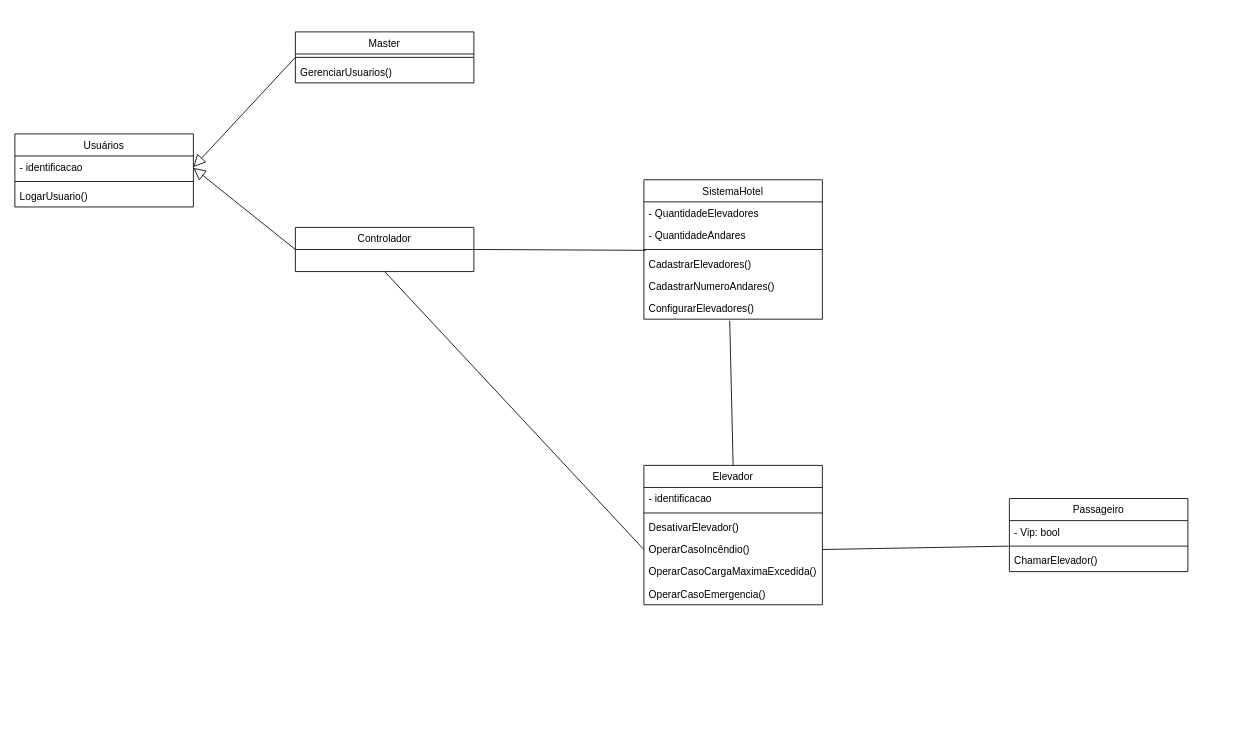
This is Diagrama de Classes.drawio from LucasAlmeida04/Projeto-Sistema-Elevadores, a draw.io file, before an edit. Source tidied: cells renumbered, new cells numbered last; positions are measured from the earlier drawing's top-left corner, leaving out a move shared by most shapes. Both pictures are drawn from the tidied source at 85%, with x=0, y=0 at pixel (14, 31).
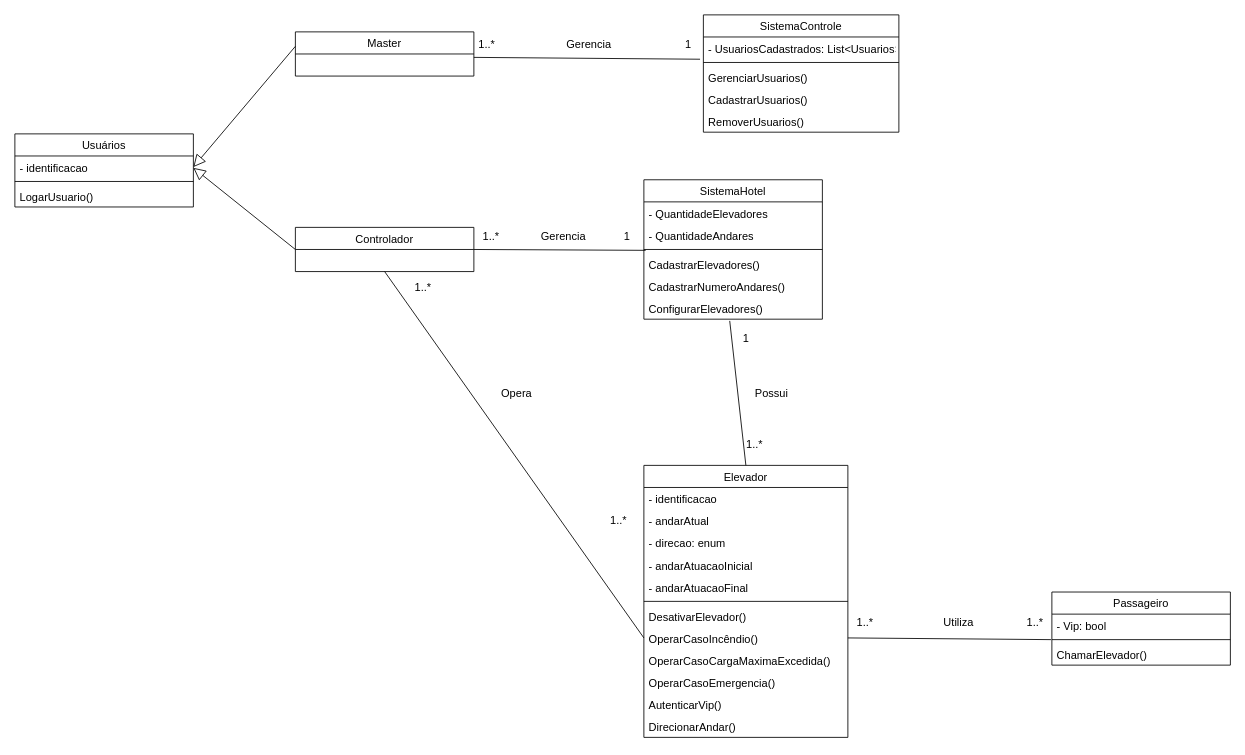
After the change.

Diff of the diagram source:
```diff
@@
-    <mxCell id="2" value="Usuários" style="swimlane;fontStyle=0;horizontal=1;startSize=26;fillColor=none;" parent="1" vertex="1">
+    <mxCell id="2" value="Usuários" style="swimlane;fontStyle=0;horizontal=1;startSize=26;fillColor=none;fontSize=13;" parent="1" vertex="1">
       <mxGeometry y="120" width="210" height="86" as="geometry" />
     </mxCell>
-    <mxCell id="3" value="- identificacao" style="text;strokeColor=none;fillColor=none;align=left;verticalAlign=top;spacingLeft=4;spacingRight=4;overflow=hidden;points=[[0,0.5],[1,0.5]];portConstraint=eastwest;" parent="2" vertex="1">
+    <mxCell id="3" value="- identificacao" style="text;strokeColor=none;fillColor=none;align=left;verticalAlign=top;spacingLeft=4;spacingRight=4;overflow=hidden;points=[[0,0.5],[1,0.5]];portConstraint=eastwest;fontSize=13;" parent="2" vertex="1">
       <mxGeometry y="26" width="210" height="26" as="geometry" />
     </mxCell>
-    <mxCell id="4" style="line;strokeWidth=1;fillColor=none;align=left;verticalAlign=middle;spacingTop=-1;spacingLeft=3;spacingRight=3;labelPosition=right;strokeColor=inherit;" parent="2" vertex="1">
+    <mxCell id="4" style="line;strokeWidth=1;fillColor=none;align=left;verticalAlign=middle;spacingTop=-1;spacingLeft=3;spacingRight=3;labelPosition=right;strokeColor=inherit;fontSize=13;" parent="2" vertex="1">
       <mxGeometry y="52" width="210" height="8" as="geometry" />
     </mxCell>
-    <mxCell id="5" value="LogarUsuario()" style="text;strokeColor=none;fillColor=none;align=left;verticalAlign=top;spacingLeft=4;spacingRight=4;overflow=hidden;" parent="2" vertex="1">
+    <mxCell id="5" value="LogarUsuario()" style="text;strokeColor=none;fillColor=none;align=left;verticalAlign=top;spacingLeft=4;spacingRight=4;overflow=hidden;fontSize=13;" parent="2" vertex="1">
       <mxGeometry y="60" width="210" height="26" as="geometry" />
     </mxCell>
-    <mxCell id="6" value="Elevador" style="swimlane;fontStyle=0;horizontal=1;startSize=26;fillColor=none;" parent="1" vertex="1">
-      <mxGeometry x="740" y="510" width="210" height="164" as="geometry" />
+    <mxCell id="6" value="Elevador" style="swimlane;fontStyle=0;horizontal=1;startSize=26;fillColor=none;fontSize=13;" parent="1" vertex="1">
+      <mxGeometry x="740" y="510" width="240" height="320" as="geometry" />
     </mxCell>
-    <mxCell id="7" value="- identificacao" style="text;strokeColor=none;fillColor=none;align=left;verticalAlign=top;spacingLeft=4;spacingRight=4;overflow=hidden;" parent="6" vertex="1">
-      <mxGeometry y="26" width="210" height="26" as="geometry" />
+    <mxCell id="7" value="- identificacao" style="text;strokeColor=none;fillColor=none;align=left;verticalAlign=top;spacingLeft=4;spacingRight=4;overflow=hidden;fontSize=13;" parent="6" vertex="1">
+      <mxGeometry y="26" width="240" height="26" as="geometry" />
     </mxCell>
+    <mxCell id="34" value="- andarAtual" style="text;strokeColor=none;fillColor=none;align=left;verticalAlign=top;spacingLeft=4;spacingRight=4;overflow=hidden;fontSize=13;" parent="6" vertex="1">
+      <mxGeometry y="52" width="240" height="26" as="geometry" />
+    </mxCell>
+    <mxCell id="35" value="- direcao: enum" style="text;strokeColor=none;fillColor=none;align=left;verticalAlign=top;spacingLeft=4;spacingRight=4;overflow=hidden;fontSize=13;" parent="6" vertex="1">
+      <mxGeometry y="78" width="240" height="26" as="geometry" />
+    </mxCell>
+    <mxCell id="36" value="- andarAtuacaoInicial" style="text;strokeColor=none;fillColor=none;align=left;verticalAlign=top;spacingLeft=4;spacingRight=4;overflow=hidden;fontSize=13;" parent="6" vertex="1">
+      <mxGeometry y="104" width="240" height="26" as="geometry" />
+    </mxCell>
+    <mxCell id="37" value="- andarAtuacaoFinal" style="text;strokeColor=none;fillColor=none;align=left;verticalAlign=top;spacingLeft=4;spacingRight=4;overflow=hidden;fontSize=13;" parent="6" vertex="1">
+      <mxGeometry y="130" width="240" height="26" as="geometry" />
+    </mxCell>
-    <mxCell id="8" style="line;strokeWidth=1;fillColor=none;align=left;verticalAlign=middle;spacingTop=-1;spacingLeft=3;spacingRight=3;labelPosition=right;strokeColor=inherit;" parent="6" vertex="1">
-      <mxGeometry y="52" width="210" height="8" as="geometry" />
+    <mxCell id="8" style="line;strokeWidth=1;fillColor=none;align=left;verticalAlign=middle;spacingTop=-1;spacingLeft=3;spacingRight=3;labelPosition=right;strokeColor=inherit;fontSize=13;" parent="6" vertex="1">
+      <mxGeometry y="156" width="240" height="8" as="geometry" />
     </mxCell>
-    <mxCell id="9" value="DesativarElevador()&#10;" style="text;strokeColor=none;fillColor=none;align=left;verticalAlign=top;spacingLeft=4;spacingRight=4;overflow=hidden;" parent="6" vertex="1">
-      <mxGeometry y="60" width="210" height="26" as="geometry" />
+    <mxCell id="9" value="DesativarElevador()&#10;" style="text;strokeColor=none;fillColor=none;align=left;verticalAlign=top;spacingLeft=4;spacingRight=4;overflow=hidden;fontSize=13;" parent="6" vertex="1">
+      <mxGeometry y="164" width="240" height="26" as="geometry" />
     </mxCell>
-    <mxCell id="10" value="OperarCasoIncêndio()&#10;" style="text;strokeColor=none;fillColor=none;align=left;verticalAlign=top;spacingLeft=4;spacingRight=4;overflow=hidden;points=[[0,0.5],[1,0.5]];portConstraint=eastwest;" parent="6" vertex="1">
-      <mxGeometry y="86" width="210" height="26" as="geometry" />
+    <mxCell id="10" value="OperarCasoIncêndio()&#10;" style="text;strokeColor=none;fillColor=none;align=left;verticalAlign=top;spacingLeft=4;spacingRight=4;overflow=hidden;points=[[0,0.5],[1,0.5]];portConstraint=eastwest;fontSize=13;" parent="6" vertex="1">
+      <mxGeometry y="190" width="240" height="26" as="geometry" />
     </mxCell>
-    <mxCell id="11" value="OperarCasoCargaMaximaExcedida()&#10;" style="text;strokeColor=none;fillColor=none;align=left;verticalAlign=top;spacingLeft=4;spacingRight=4;overflow=hidden;" parent="6" vertex="1">
-      <mxGeometry y="112" width="210" height="26" as="geometry" />
+    <mxCell id="11" value="OperarCasoCargaMaximaExcedida()&#10;" style="text;strokeColor=none;fillColor=none;align=left;verticalAlign=top;spacingLeft=4;spacingRight=4;overflow=hidden;fontSize=13;" parent="6" vertex="1">
+      <mxGeometry y="216" width="240" height="26" as="geometry" />
     </mxCell>
-    <mxCell id="12" value="OperarCasoEmergencia()&#10;" style="text;strokeColor=none;fillColor=none;align=left;verticalAlign=top;spacingLeft=4;spacingRight=4;overflow=hidden;" parent="6" vertex="1">
-      <mxGeometry y="138" width="210" height="26" as="geometry" />
+    <mxCell id="12" value="OperarCasoEmergencia()&#10;" style="text;strokeColor=none;fillColor=none;align=left;verticalAlign=top;spacingLeft=4;spacingRight=4;overflow=hidden;fontSize=13;" parent="6" vertex="1">
+      <mxGeometry y="242" width="240" height="26" as="geometry" />
     </mxCell>
+    <mxCell id="38" value="AutenticarVip()&#10;" style="text;strokeColor=none;fillColor=none;align=left;verticalAlign=top;spacingLeft=4;spacingRight=4;overflow=hidden;fontSize=13;" parent="6" vertex="1">
+      <mxGeometry y="268" width="240" height="26" as="geometry" />
+    </mxCell>
+    <mxCell id="39" value="DirecionarAndar()&#10;" style="text;strokeColor=none;fillColor=none;align=left;verticalAlign=top;spacingLeft=4;spacingRight=4;overflow=hidden;fontSize=13;" parent="6" vertex="1">
+      <mxGeometry y="294" width="240" height="26" as="geometry" />
+    </mxCell>
-    <mxCell id="13" value="SistemaHotel" style="swimlane;fontStyle=0;horizontal=1;startSize=26;fillColor=none;" parent="1" vertex="1">
+    <mxCell id="13" value="SistemaHotel" style="swimlane;fontStyle=0;horizontal=1;startSize=26;fillColor=none;fontSize=13;" parent="1" vertex="1">
       <mxGeometry x="740" y="174" width="210" height="164" as="geometry" />
     </mxCell>
-    <mxCell id="14" value="- QuantidadeElevadores" style="text;strokeColor=none;fillColor=none;align=left;verticalAlign=top;spacingLeft=4;spacingRight=4;overflow=hidden;" parent="13" vertex="1">
+    <mxCell id="14" value="- QuantidadeElevadores" style="text;strokeColor=none;fillColor=none;align=left;verticalAlign=top;spacingLeft=4;spacingRight=4;overflow=hidden;fontSize=13;" parent="13" vertex="1">
       <mxGeometry y="26" width="210" height="26" as="geometry" />
     </mxCell>
-    <mxCell id="15" value="- QuantidadeAndares" style="text;strokeColor=none;fillColor=none;align=left;verticalAlign=top;spacingLeft=4;spacingRight=4;overflow=hidden;" parent="13" vertex="1">
+    <mxCell id="15" value="- QuantidadeAndares" style="text;strokeColor=none;fillColor=none;align=left;verticalAlign=top;spacingLeft=4;spacingRight=4;overflow=hidden;fontSize=13;" parent="13" vertex="1">
       <mxGeometry y="52" width="210" height="26" as="geometry" />
     </mxCell>
-    <mxCell id="16" style="line;strokeWidth=1;fillColor=none;align=left;verticalAlign=middle;spacingTop=-1;spacingLeft=3;spacingRight=3;labelPosition=right;strokeColor=inherit;" parent="13" vertex="1">
+    <mxCell id="16" style="line;strokeWidth=1;fillColor=none;align=left;verticalAlign=middle;spacingTop=-1;spacingLeft=3;spacingRight=3;labelPosition=right;strokeColor=inherit;fontSize=13;" parent="13" vertex="1">
       <mxGeometry y="78" width="210" height="8" as="geometry" />
     </mxCell>
-    <mxCell id="17" value="CadastrarElevadores()" style="text;strokeColor=none;fillColor=none;align=left;verticalAlign=top;spacingLeft=4;spacingRight=4;overflow=hidden;points=[[0,0.5],[1,0.5]];portConstraint=eastwest;" parent="13" vertex="1">
+    <mxCell id="17" value="CadastrarElevadores()" style="text;strokeColor=none;fillColor=none;align=left;verticalAlign=top;spacingLeft=4;spacingRight=4;overflow=hidden;points=[[0,0.5],[1,0.5]];portConstraint=eastwest;fontSize=13;" parent="13" vertex="1">
       <mxGeometry y="86" width="210" height="26" as="geometry" />
     </mxCell>
-    <mxCell id="18" value="CadastrarNumeroAndares()" style="text;strokeColor=none;fillColor=none;align=left;verticalAlign=top;spacingLeft=4;spacingRight=4;overflow=hidden;" parent="13" vertex="1">
+    <mxCell id="18" value="CadastrarNumeroAndares()" style="text;strokeColor=none;fillColor=none;align=left;verticalAlign=top;spacingLeft=4;spacingRight=4;overflow=hidden;fontSize=13;" parent="13" vertex="1">
       <mxGeometry y="112" width="210" height="26" as="geometry" />
     </mxCell>
-    <mxCell id="19" value="ConfigurarElevadores()" style="text;strokeColor=none;fillColor=none;align=left;verticalAlign=top;spacingLeft=4;spacingRight=4;overflow=hidden;points=[[0,0.5],[1,0.5]];portConstraint=eastwest;" parent="13" vertex="1">
+    <mxCell id="19" value="ConfigurarElevadores()" style="text;strokeColor=none;fillColor=none;align=left;verticalAlign=top;spacingLeft=4;spacingRight=4;overflow=hidden;points=[[0,0.5],[1,0.5]];portConstraint=eastwest;fontSize=13;" parent="13" vertex="1">
       <mxGeometry y="138" width="210" height="26" as="geometry" />
     </mxCell>
-    <mxCell id="20" value="Controlador" style="swimlane;fontStyle=0;horizontal=1;startSize=26;fillColor=none;" parent="1" vertex="1">
+    <mxCell id="20" value="Controlador" style="swimlane;fontStyle=0;horizontal=1;startSize=26;fillColor=none;fontSize=13;" parent="1" vertex="1">
       <mxGeometry x="330" y="230" width="210" height="52" as="geometry" />
     </mxCell>
-    <mxCell id="21" value="Master" style="swimlane;fontStyle=0;horizontal=1;startSize=26;fillColor=none;" parent="1" vertex="1">
-      <mxGeometry x="330" width="210" height="60" as="geometry" />
-    </mxCell>
-    <mxCell id="22" style="line;strokeWidth=1;fillColor=none;align=left;verticalAlign=middle;spacingTop=-1;spacingLeft=3;spacingRight=3;labelPosition=right;strokeColor=inherit;" parent="21" vertex="1">
-      <mxGeometry y="26" width="210" height="8" as="geometry" />
-    </mxCell>
-    <mxCell id="23" value="GerenciarUsuarios()" style="text;strokeColor=none;fillColor=none;align=left;verticalAlign=top;spacingLeft=4;spacingRight=4;overflow=hidden;" parent="21" vertex="1">
-      <mxGeometry y="34" width="210" height="26" as="geometry" />
-    </mxCell>
-    <mxCell id="24" value="Passageiro" style="swimlane;fontStyle=0;horizontal=1;startSize=26;fillColor=none;" parent="1" vertex="1">
-      <mxGeometry x="1170" y="549" width="210" height="86" as="geometry" />
+    <mxCell id="24" value="Passageiro" style="swimlane;fontStyle=0;horizontal=1;startSize=26;fillColor=none;fontSize=13;" parent="1" vertex="1">
+      <mxGeometry x="1220" y="659" width="210" height="86" as="geometry" />
     </mxCell>
-    <mxCell id="25" value="- Vip: bool" style="text;strokeColor=none;fillColor=none;align=left;verticalAlign=top;spacingLeft=4;spacingRight=4;overflow=hidden;points=[[0,0.5],[1,0.5]];portConstraint=eastwest;" parent="24" vertex="1">
+    <mxCell id="25" value="- Vip: bool" style="text;strokeColor=none;fillColor=none;align=left;verticalAlign=top;spacingLeft=4;spacingRight=4;overflow=hidden;points=[[0,0.5],[1,0.5]];portConstraint=eastwest;fontSize=13;" parent="24" vertex="1">
       <mxGeometry y="26" width="210" height="26" as="geometry" />
     </mxCell>
-    <mxCell id="26" style="line;strokeWidth=1;fillColor=none;align=left;verticalAlign=middle;spacingTop=-1;spacingLeft=3;spacingRight=3;labelPosition=right;strokeColor=inherit;" parent="24" vertex="1">
+    <mxCell id="26" style="line;strokeWidth=1;fillColor=none;align=left;verticalAlign=middle;spacingTop=-1;spacingLeft=3;spacingRight=3;labelPosition=right;strokeColor=inherit;fontSize=13;" parent="24" vertex="1">
       <mxGeometry y="52" width="210" height="8" as="geometry" />
     </mxCell>
-    <mxCell id="27" value="ChamarElevador()" style="text;strokeColor=none;fillColor=none;align=left;verticalAlign=top;spacingLeft=4;spacingRight=4;overflow=hidden;" parent="24" vertex="1">
+    <mxCell id="27" value="ChamarElevador()" style="text;strokeColor=none;fillColor=none;align=left;verticalAlign=top;spacingLeft=4;spacingRight=4;overflow=hidden;fontSize=13;" parent="24" vertex="1">
       <mxGeometry y="60" width="210" height="26" as="geometry" />
     </mxCell>
-    <mxCell id="28" style="endArrow=block;endFill=0;endSize=12;html=1;rounded=0;exitX=0;exitY=0.5;exitDx=0;exitDy=0;entryX=1;entryY=0.5;entryDx=0;entryDy=0;" parent="1" edge="1" source="21" target="3">
-      <mxGeometry relative="1" as="geometry" />
+    <mxCell id="28" style="endArrow=block;endFill=0;endSize=12;html=1;rounded=0;exitX=0;exitY=0.5;exitDx=0;exitDy=0;entryX=1;entryY=0.5;entryDx=0;entryDy=0;fontSize=13;" parent="1" edge="1" target="3">
+      <mxGeometry relative="1" as="geometry">
+        <mxPoint x="330" y="17" as="sourcePoint" />
+      </mxGeometry>
     </mxCell>
-    <mxCell id="29" style="endArrow=block;endFill=0;endSize=12;html=1;rounded=0;exitX=0;exitY=0.5;exitDx=0;exitDy=0;" parent="1" edge="1" source="20">
+    <mxCell id="29" style="endArrow=block;endFill=0;endSize=12;html=1;rounded=0;exitX=0;exitY=0.5;exitDx=0;exitDy=0;fontSize=13;" parent="1" edge="1" source="20">
       <mxGeometry relative="1" as="geometry">
         <mxPoint x="210" y="160" as="targetPoint" />
       </mxGeometry>
     </mxCell>
-    <mxCell id="30" style="endArrow=none;html=1;rounded=0;exitX=1;exitY=0.5;exitDx=0;exitDy=0;entryX=0.01;entryY=-0.115;entryDx=0;entryDy=0;entryPerimeter=0;" parent="1" edge="1" source="20" target="17">
+    <mxCell id="30" style="endArrow=none;html=1;rounded=0;exitX=1;exitY=0.5;exitDx=0;exitDy=0;entryX=0.01;entryY=-0.115;entryDx=0;entryDy=0;entryPerimeter=0;fontSize=13;" parent="1" edge="1" source="20" target="17">
       <mxGeometry relative="1" as="geometry" />
     </mxCell>
-    <mxCell id="31" style="endArrow=none;html=1;rounded=0;entryX=0.5;entryY=0;entryDx=0;entryDy=0;exitX=0.481;exitY=1.077;exitDx=0;exitDy=0;exitPerimeter=0;" parent="1" edge="1" source="19" target="6">
+    <mxCell id="31" style="endArrow=none;html=1;rounded=0;entryX=0.5;entryY=0;entryDx=0;entryDy=0;exitX=0.481;exitY=1.077;exitDx=0;exitDy=0;exitPerimeter=0;fontSize=13;" parent="1" edge="1" source="19" target="6">
       <mxGeometry relative="1" as="geometry" />
     </mxCell>
-    <mxCell id="32" style="endArrow=none;html=1;rounded=0;entryX=0;entryY=0.5;entryDx=0;entryDy=0;exitX=0.5;exitY=1;exitDx=0;exitDy=0;" parent="1" edge="1" source="20" target="10">
+    <mxCell id="32" style="endArrow=none;html=1;rounded=0;entryX=0;entryY=0.5;entryDx=0;entryDy=0;exitX=0.5;exitY=1;exitDx=0;exitDy=0;fontSize=13;" parent="1" edge="1" source="20" target="10">
       <mxGeometry relative="1" as="geometry" />
     </mxCell>
-    <mxCell id="33" style="endArrow=none;html=1;rounded=0;entryX=1;entryY=0.5;entryDx=0;entryDy=0;exitX=-0.005;exitY=1.154;exitDx=0;exitDy=0;exitPerimeter=0;" parent="1" edge="1" source="25" target="10">
+    <mxCell id="33" style="endArrow=none;html=1;rounded=0;entryX=1;entryY=0.5;entryDx=0;entryDy=0;exitX=-0.005;exitY=1.154;exitDx=0;exitDy=0;exitPerimeter=0;fontSize=13;" parent="1" edge="1" source="25" target="10">
       <mxGeometry relative="1" as="geometry" />
     </mxCell>
+    <mxCell id="40" value="SistemaControle" style="swimlane;fontStyle=0;horizontal=1;startSize=26;fillColor=none;fontSize=13;" parent="1" vertex="1">
+      <mxGeometry x="810" y="-20" width="230" height="138" as="geometry" />
+    </mxCell>
+    <mxCell id="41" value="- UsuariosCadastrados: List&lt;Usuarios&gt;" style="text;strokeColor=none;fillColor=none;align=left;verticalAlign=top;spacingLeft=4;spacingRight=4;overflow=hidden;points=[[0,0.5],[1,0.5]];portConstraint=eastwest;fontSize=13;" parent="40" vertex="1">
+      <mxGeometry y="26" width="230" height="26" as="geometry" />
+    </mxCell>
+    <mxCell id="42" style="line;strokeWidth=1;fillColor=none;align=left;verticalAlign=middle;spacingTop=-1;spacingLeft=3;spacingRight=3;labelPosition=right;strokeColor=inherit;fontSize=13;" parent="40" vertex="1">
+      <mxGeometry y="52" width="230" height="8" as="geometry" />
+    </mxCell>
+    <mxCell id="23" value="GerenciarUsuarios()" style="text;strokeColor=none;fillColor=none;align=left;verticalAlign=top;spacingLeft=4;spacingRight=4;overflow=hidden;fontSize=13;" parent="40" vertex="1">
+      <mxGeometry y="60" width="230" height="26" as="geometry" />
+    </mxCell>
+    <mxCell id="43" value="CadastrarUsuarios()" style="text;strokeColor=none;fillColor=none;align=left;verticalAlign=top;spacingLeft=4;spacingRight=4;overflow=hidden;fontSize=13;" parent="40" vertex="1">
+      <mxGeometry y="86" width="230" height="26" as="geometry" />
+    </mxCell>
+    <mxCell id="44" value="RemoverUsuarios()" style="text;strokeColor=none;fillColor=none;align=left;verticalAlign=top;spacingLeft=4;spacingRight=4;overflow=hidden;fontSize=13;" parent="40" vertex="1">
+      <mxGeometry y="112" width="230" height="26" as="geometry" />
+    </mxCell>
+    <mxCell id="45" style="endArrow=none;html=1;rounded=0;entryX=-0.017;entryY=1.007;entryDx=0;entryDy=0;entryPerimeter=0;fontSize=13;" parent="1" edge="1" target="41">
+      <mxGeometry relative="1" as="geometry">
+        <mxPoint x="540" y="30" as="sourcePoint" />
+      </mxGeometry>
+    </mxCell>
+    <mxCell id="46" value="Gerencia" style="text;html=1;align=center;verticalAlign=middle;strokeColor=none;fillColor=none;fontSize=13;" parent="1" vertex="1">
+      <mxGeometry x="635" width="80" height="30" as="geometry" />
+    </mxCell>
+    <mxCell id="47" value="1..*" style="text;html=1;align=center;verticalAlign=middle;strokeColor=none;fillColor=none;fontSize=13;" parent="1" vertex="1">
+      <mxGeometry x="535" width="40" height="30" as="geometry" />
+    </mxCell>
+    <mxCell id="48" value="1" style="text;html=1;align=center;verticalAlign=middle;strokeColor=none;fillColor=none;fontSize=13;" parent="1" vertex="1">
+      <mxGeometry x="777" width="30" height="30" as="geometry" />
+    </mxCell>
+    <mxCell id="49" value="Gerencia" style="text;html=1;align=center;verticalAlign=middle;strokeColor=none;fillColor=none;fontSize=13;" parent="1" vertex="1">
+      <mxGeometry x="605" y="225" width="80" height="30" as="geometry" />
+    </mxCell>
+    <mxCell id="50" value="1..*" style="text;html=1;align=center;verticalAlign=middle;strokeColor=none;fillColor=none;fontSize=13;" parent="1" vertex="1">
+      <mxGeometry x="540" y="225" width="40" height="30" as="geometry" />
+    </mxCell>
+    <mxCell id="51" value="1" style="text;html=1;align=center;verticalAlign=middle;strokeColor=none;fillColor=none;fontSize=13;" parent="1" vertex="1">
+      <mxGeometry x="705" y="225" width="30" height="30" as="geometry" />
+    </mxCell>
+    <mxCell id="52" value="Opera" style="text;html=1;align=center;verticalAlign=middle;strokeColor=none;fillColor=none;fontSize=13;" parent="1" vertex="1">
+      <mxGeometry x="560" y="410" width="60" height="30" as="geometry" />
+    </mxCell>
+    <mxCell id="53" value="1..*" style="text;html=1;align=center;verticalAlign=middle;strokeColor=none;fillColor=none;fontSize=13;" parent="1" vertex="1">
+      <mxGeometry x="460" y="285" width="40" height="30" as="geometry" />
+    </mxCell>
+    <mxCell id="54" value="1..*" style="text;html=1;align=center;verticalAlign=middle;strokeColor=none;fillColor=none;fontSize=13;" parent="1" vertex="1">
+      <mxGeometry x="690" y="560" width="40" height="30" as="geometry" />
+    </mxCell>
+    <mxCell id="55" value="Possui" style="text;html=1;align=center;verticalAlign=middle;strokeColor=none;fillColor=none;fontSize=13;" parent="1" vertex="1">
+      <mxGeometry x="860" y="410" width="60" height="30" as="geometry" />
+    </mxCell>
+    <mxCell id="56" value="1" style="text;html=1;align=center;verticalAlign=middle;strokeColor=none;fillColor=none;fontSize=13;" parent="1" vertex="1">
+      <mxGeometry x="845" y="345" width="30" height="30" as="geometry" />
+    </mxCell>
+    <mxCell id="57" value="1..*" style="text;html=1;align=center;verticalAlign=middle;strokeColor=none;fillColor=none;fontSize=13;" parent="1" vertex="1">
+      <mxGeometry x="850" y="470" width="40" height="30" as="geometry" />
+    </mxCell>
+    <mxCell id="58" value="Utiliza" style="text;html=1;align=center;verticalAlign=middle;strokeColor=none;fillColor=none;fontSize=13;" parent="1" vertex="1">
+      <mxGeometry x="1080" y="680" width="60" height="30" as="geometry" />
+    </mxCell>
+    <mxCell id="59" value="1..*" style="text;html=1;align=center;verticalAlign=middle;strokeColor=none;fillColor=none;fontSize=13;" parent="1" vertex="1">
+      <mxGeometry x="1180" y="680" width="40" height="30" as="geometry" />
+    </mxCell>
+    <mxCell id="60" value="1..*" style="text;html=1;align=center;verticalAlign=middle;strokeColor=none;fillColor=none;fontSize=13;" parent="1" vertex="1">
+      <mxGeometry x="980" y="680" width="40" height="30" as="geometry" />
+    </mxCell>
+    <mxCell id="21" value="Master" style="swimlane;fontStyle=0;horizontal=1;startSize=26;fillColor=none;fontSize=13;" parent="1" vertex="1">
+      <mxGeometry x="330" width="210" height="52" as="geometry" />
+    </mxCell>
```
